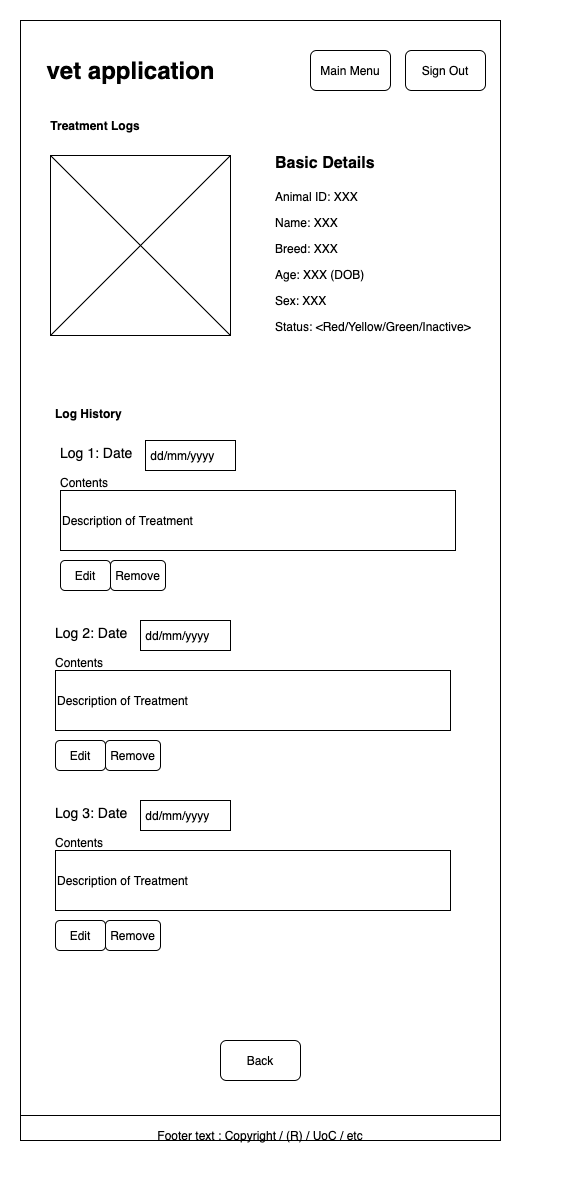
Earlier version of the draw.io export wireframing/Treatment_Log.png (zbhavyai/veterinary-clinic). Source tidied: cells renumbered, new cells last; positions are measured from the earlier drawing's top-left corner, leaving out a move shared by most shapes.
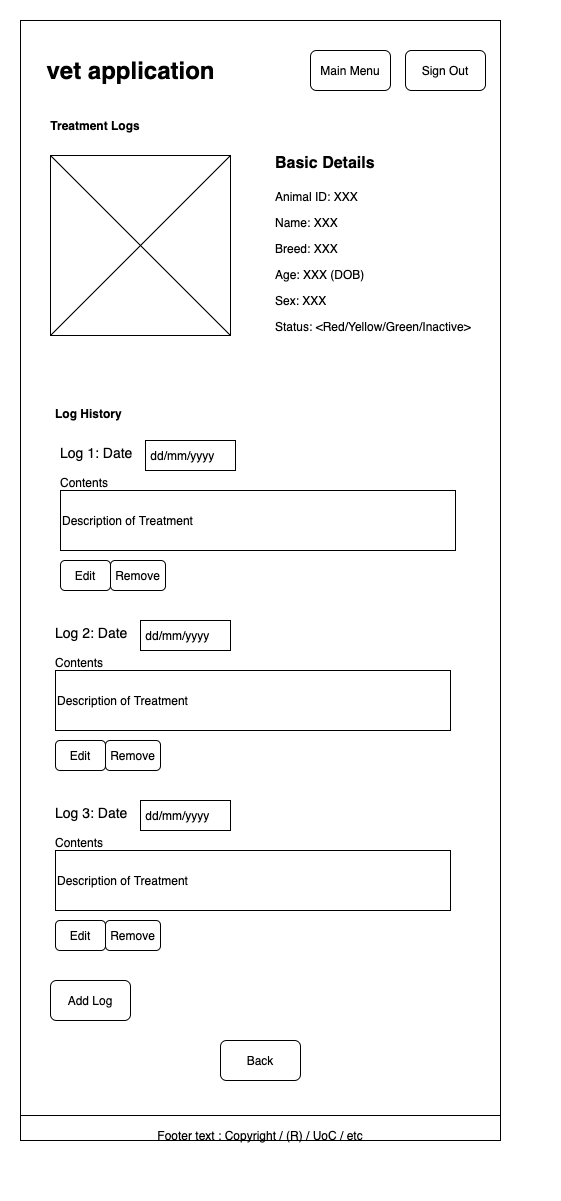
After the change.

Diff of the diagram source:
```diff
@@ -98,5 +98,8 @@
     <mxCell id="33" value="Remove" style="rounded=1;whiteSpace=wrap;html=1;" parent="1" vertex="1">
       <mxGeometry x="105" y="920" width="55" height="30" as="geometry" />
     </mxCell>
+    <mxCell id="34" value="Add Log" style="rounded=1;whiteSpace=wrap;html=1;" parent="1" vertex="1">
+      <mxGeometry x="50" y="980" width="80" height="40" as="geometry" />
+    </mxCell>
   </root>
 </mxGraphModel>
```
